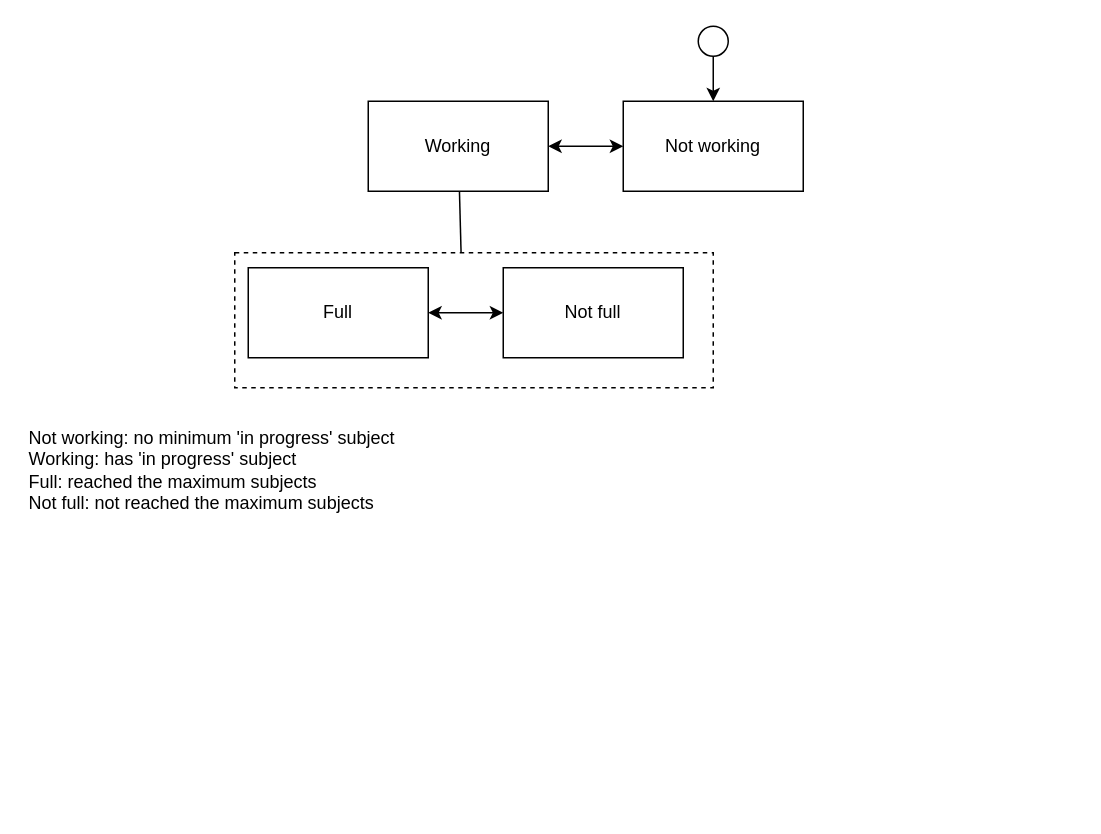
The draw.io diagram page "TeacherState" (7 of 10) of architecture/components-phase1.drawio in douglasdcm/tdd_detroid, before the edit. Source tidied: cells renumbered, new cells numbered last; positions are measured from the earlier drawing's top-left corner, leaving out a move shared by most shapes. Both pictures are drawn from the tidied source at 150%, with x=0, y=0 at pixel (26, 26).
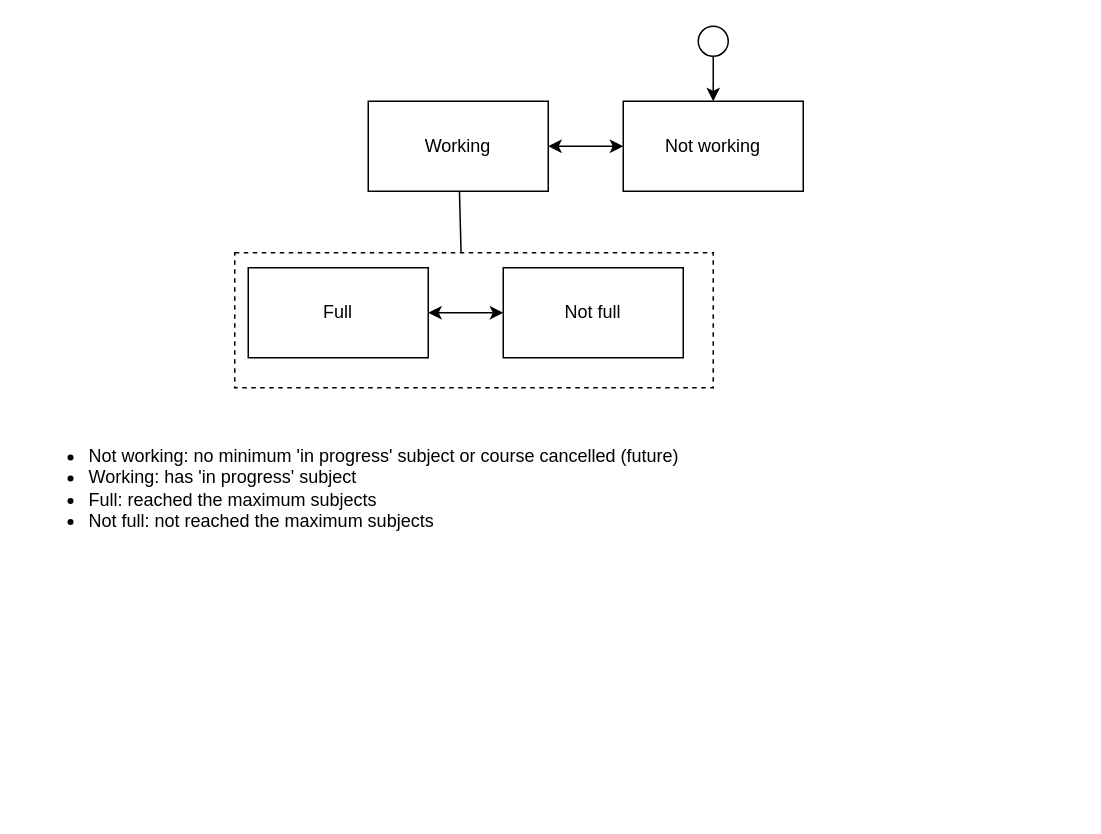
After the change.

Commit message (it also covers changes not shown here):
Testing Student states and subscribe_to_subject method

Change to the diagram source:
```diff
@@
 <mxGraphModel>
   <root>
     <mxCell id="0" />
     <mxCell id="1" parent="0" />
     <mxCell id="2" style="rounded=0;whiteSpace=wrap;html=1;dashed=1;" parent="1" vertex="1">
       <mxGeometry x="139" y="151" width="319" height="90" as="geometry" />
     </mxCell>
     <mxCell id="3" style="edgeStyle=none;html=1;startArrow=classic;startFill=1;endArrow=classic;endFill=1;" parent="1" edge="1" source="5" target="6">
       <mxGeometry relative="1" as="geometry" />
     </mxCell>
     <mxCell id="4" style="html=1;elbow=vertical;entryX=0.473;entryY=0;entryDx=0;entryDy=0;entryPerimeter=0;endArrow=none;endFill=0;" parent="1" edge="1" source="5" target="2">
       <mxGeometry relative="1" as="geometry" />
     </mxCell>
     <mxCell id="5" value="Working" style="rounded=0;whiteSpace=wrap;html=1;" parent="1" vertex="1">
       <mxGeometry x="228" y="50" width="120" height="60" as="geometry" />
     </mxCell>
     <mxCell id="6" value="Not working" style="rounded=0;whiteSpace=wrap;html=1;" parent="1" vertex="1">
       <mxGeometry x="398" y="50" width="120" height="60" as="geometry" />
     </mxCell>
     <mxCell id="7" style="edgeStyle=none;html=1;entryX=0.5;entryY=0;entryDx=0;entryDy=0;" parent="1" edge="1" source="8" target="6">
       <mxGeometry relative="1" as="geometry" />
     </mxCell>
     <mxCell id="8" style="ellipse;whiteSpace=wrap;html=1;" parent="1" vertex="1">
       <mxGeometry x="448" width="20" height="20" as="geometry" />
     </mxCell>
-    <mxCell id="9" value="Not working: no minimum 'in progress' subject&lt;div&gt;Working: has 'in progress' subject&lt;/div&gt;&lt;div&gt;Full: reached the maximum subjects&lt;/div&gt;&lt;div&gt;Not full: not reached the maximum subjects&lt;/div&gt;" style="text;html=1;align=left;verticalAlign=top;whiteSpace=wrap;rounded=0;" parent="1" vertex="1">
+    <mxCell id="9" value="&lt;ul&gt;&lt;li&gt;Not working: no minimum 'in progress' subject or course cancelled (future)&lt;/li&gt;&lt;li&gt;Working: has 'in progress' subject&lt;/li&gt;&lt;li&gt;Full: reached the maximum subjects&lt;/li&gt;&lt;li&gt;Not full: not reached the maximum subjects&lt;/li&gt;&lt;/ul&gt;" style="text;html=1;align=left;verticalAlign=top;whiteSpace=wrap;rounded=0;" parent="1" vertex="1">
       <mxGeometry y="261" width="700" height="260" as="geometry" />
     </mxCell>
     <mxCell id="10" value="Full" style="rounded=0;whiteSpace=wrap;html=1;" parent="1" vertex="1">
       <mxGeometry x="148" y="161" width="120" height="60" as="geometry" />
     </mxCell>
     <mxCell id="11" style="html=1;entryX=1;entryY=0.5;entryDx=0;entryDy=0;elbow=vertical;startArrow=classic;startFill=1;" parent="1" edge="1" source="12" target="10">
       <mxGeometry relative="1" as="geometry" />
     </mxCell>
     <mxCell id="12" value="Not full" style="rounded=0;whiteSpace=wrap;html=1;" parent="1" vertex="1">
       <mxGeometry x="318" y="161" width="120" height="60" as="geometry" />
     </mxCell>
   </root>
 </mxGraphModel>
```
